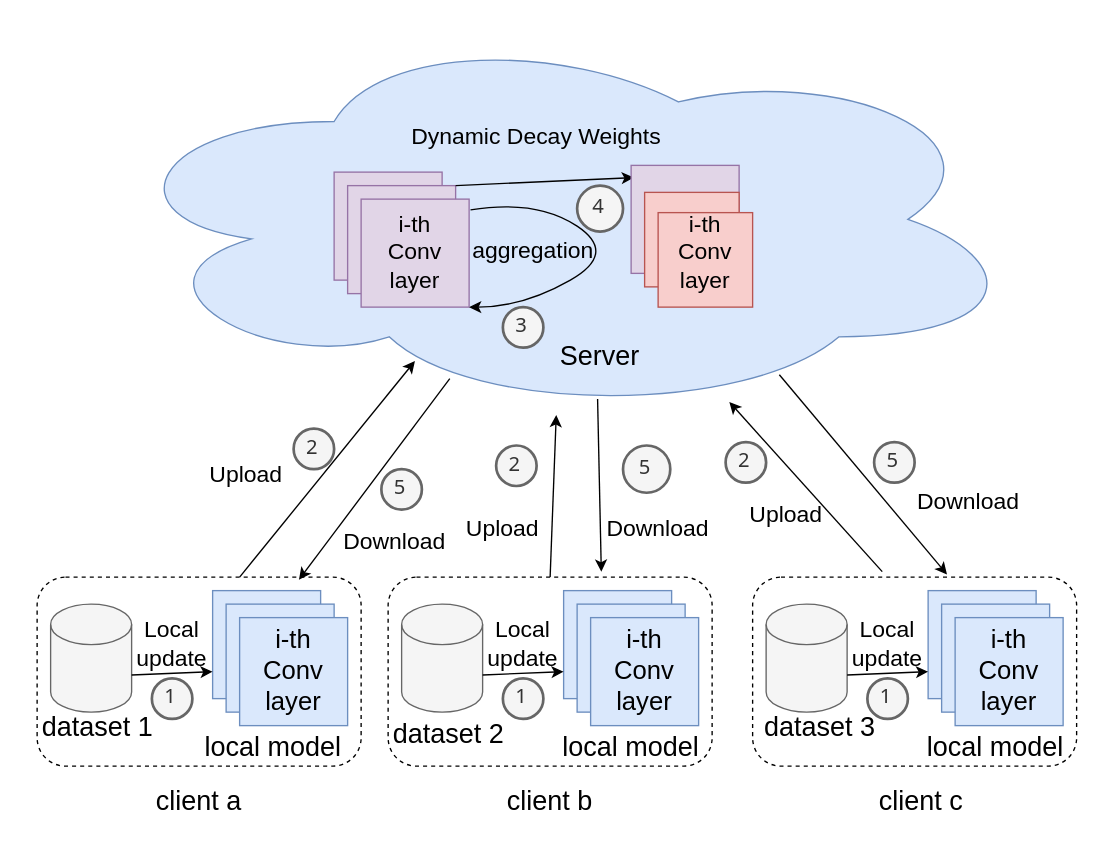
Earlier version of the draw.io diagram page "Page-1" (1 of 3) of .github/Untitled Diagram.drawio (2235425067/ExpressLRS). Source tidied: cells renumbered, new cells numbered last; positions are measured from the earlier drawing's top-left corner, leaving out a move shared by most shapes. Both pictures are drawn from the tidied source at 135%, with x=0, y=0 at pixel (23, 23).
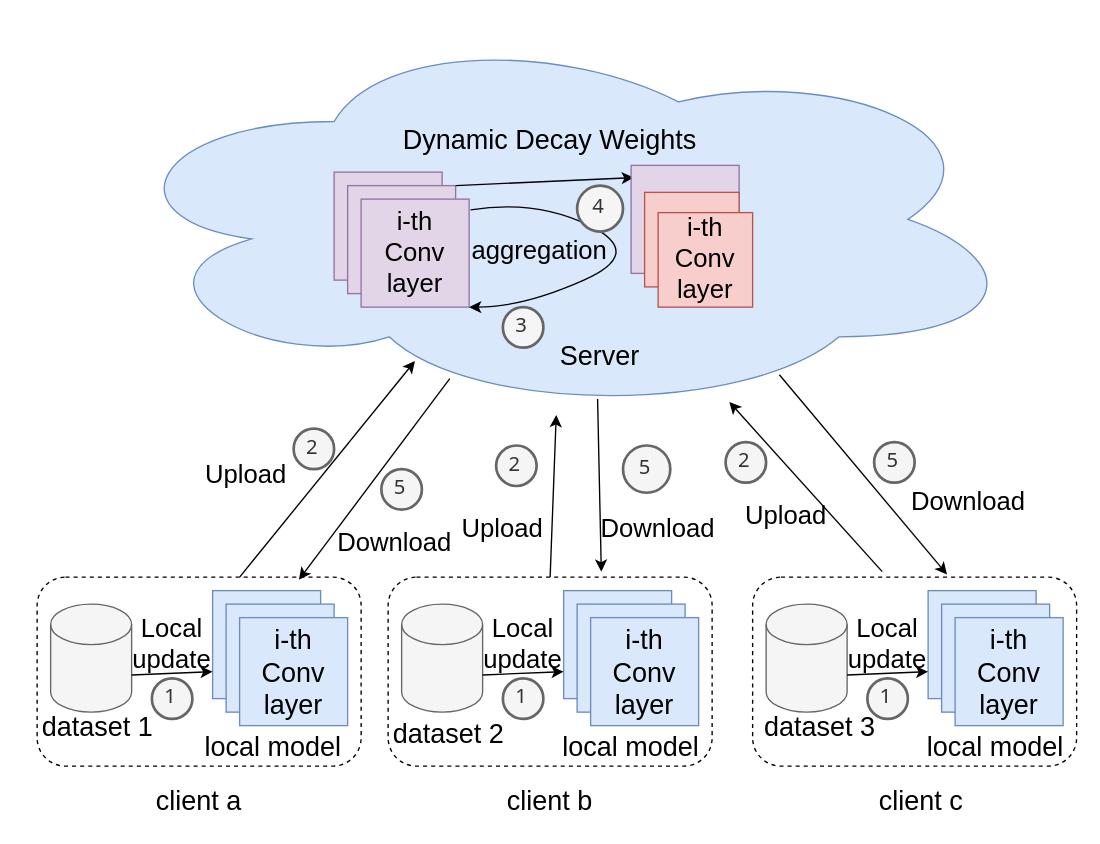
The same page after the edit.

Unchanged cells that the change refers to:
```xml
<mxCell id="41" style="whiteSpace=wrap;html=1;fillColor=#e1d5e7;strokeColor=#9673a6;" parent="1" vertex="1">
  <mxGeometry x="250" y="130" width="80" height="80" as="geometry" />
</mxCell>
```

Change to the diagram source:
```diff
@@
-    <mxCell id="10" value="&lt;font style=&quot;font-size: 19px;&quot;&gt;i-th &lt;br&gt;Conv layer&lt;/font&gt;" style="text;html=1;strokeColor=none;fillColor=none;align=center;verticalAlign=middle;whiteSpace=wrap;rounded=0;fontSize=12;" parent="1" vertex="1">
+    <mxCell id="10" value="&lt;font style=&quot;font-size: 20px;&quot;&gt;i-th &lt;br&gt;Conv layer&lt;/font&gt;" style="text;html=1;strokeColor=none;fillColor=none;align=center;verticalAlign=middle;whiteSpace=wrap;rounded=0;fontSize=12;" parent="1" vertex="1">
       <mxGeometry x="170" y="465" width="60" height="30" as="geometry" />
     </mxCell>
@@
-    <mxCell id="15" value="&lt;font style=&quot;font-size: 17px;&quot;&gt;Local update&lt;/font&gt;" style="text;html=1;strokeColor=none;fillColor=none;align=center;verticalAlign=middle;whiteSpace=wrap;rounded=0;fontSize=12;" parent="1" vertex="1">
+    <mxCell id="15" value="&lt;font style=&quot;font-size: 19px;&quot;&gt;Local update&lt;/font&gt;" style="text;html=1;strokeColor=none;fillColor=none;align=center;verticalAlign=middle;whiteSpace=wrap;rounded=0;fontSize=12;" parent="1" vertex="1">
       <mxGeometry x="80" y="445" width="60" height="30" as="geometry" />
     </mxCell>
@@
-    <mxCell id="22" value="&lt;font style=&quot;font-size: 19px;&quot;&gt;i-th &lt;br&gt;Conv layer&lt;/font&gt;" style="text;html=1;strokeColor=none;fillColor=none;align=center;verticalAlign=middle;whiteSpace=wrap;rounded=0;fontSize=12;" parent="1" vertex="1">
+    <mxCell id="22" value="&lt;font style=&quot;font-size: 20px;&quot;&gt;i-th &lt;br&gt;Conv layer&lt;/font&gt;" style="text;html=1;strokeColor=none;fillColor=none;align=center;verticalAlign=middle;whiteSpace=wrap;rounded=0;fontSize=12;" parent="1" vertex="1">
       <mxGeometry x="430" y="465" width="60" height="30" as="geometry" />
     </mxCell>
@@
-    <mxCell id="25" value="&lt;font style=&quot;font-size: 17px;&quot;&gt;Local update&lt;/font&gt;" style="text;html=1;strokeColor=none;fillColor=none;align=center;verticalAlign=middle;whiteSpace=wrap;rounded=0;fontSize=12;" parent="1" vertex="1">
+    <mxCell id="25" value="&lt;font style=&quot;font-size: 19px;&quot;&gt;Local update&lt;/font&gt;" style="text;html=1;strokeColor=none;fillColor=none;align=center;verticalAlign=middle;whiteSpace=wrap;rounded=0;fontSize=12;" parent="1" vertex="1">
       <mxGeometry x="340" y="445" width="60" height="30" as="geometry" />
     </mxCell>
@@
-    <mxCell id="32" value="&lt;font style=&quot;font-size: 19px;&quot;&gt;i-th &lt;br&gt;Conv layer&lt;/font&gt;" style="text;html=1;strokeColor=none;fillColor=none;align=center;verticalAlign=middle;whiteSpace=wrap;rounded=0;fontSize=12;" parent="1" vertex="1">
+    <mxCell id="32" value="&lt;font style=&quot;font-size: 20px;&quot;&gt;i-th &lt;br&gt;Conv layer&lt;/font&gt;" style="text;html=1;strokeColor=none;fillColor=none;align=center;verticalAlign=middle;whiteSpace=wrap;rounded=0;fontSize=12;" parent="1" vertex="1">
       <mxGeometry x="700" y="465" width="60" height="30" as="geometry" />
     </mxCell>
@@
-    <mxCell id="35" value="&lt;font style=&quot;font-size: 17px;&quot;&gt;Local update&lt;/font&gt;" style="text;html=1;strokeColor=none;fillColor=none;align=center;verticalAlign=middle;whiteSpace=wrap;rounded=0;fontSize=12;" parent="1" vertex="1">
+    <mxCell id="35" value="&lt;font style=&quot;font-size: 19px;&quot;&gt;Local update&lt;/font&gt;" style="text;html=1;strokeColor=none;fillColor=none;align=center;verticalAlign=middle;whiteSpace=wrap;rounded=0;fontSize=12;" parent="1" vertex="1">
       <mxGeometry x="610" y="445" width="60" height="30" as="geometry" />
     </mxCell>
@@
-    <mxCell id="42" value="&lt;font style=&quot;font-size: 17px;&quot;&gt;i-th &lt;br&gt;Conv layer&lt;/font&gt;" style="text;html=1;strokeColor=none;fillColor=none;align=center;verticalAlign=middle;whiteSpace=wrap;rounded=0;fontSize=12;" parent="1" vertex="1">
+    <mxCell id="42" value="&lt;font style=&quot;font-size: 19px;&quot;&gt;i-th &lt;br&gt;Conv layer&lt;/font&gt;" style="text;html=1;strokeColor=none;fillColor=none;align=center;verticalAlign=middle;whiteSpace=wrap;rounded=0;fontSize=12;" parent="1" vertex="1">
       <mxGeometry x="260" y="155" width="60" height="30" as="geometry" />
     </mxCell>
     <mxCell id="43" style="curved=1;endArrow=classic;html=1;rounded=0;fontSize=12;exitX=1.013;exitY=0.1;exitDx=0;exitDy=0;exitPerimeter=0;entryX=1;entryY=1;entryDx=0;entryDy=0;" parent="1" edge="1" source="41" target="41">
       <mxGeometry relative="1" as="geometry">
         <Array as="points">
           <mxPoint x="380" y="130" />
-          <mxPoint x="440" y="170" />
+          <mxPoint x="460" y="170" />
           <mxPoint x="370" y="210" />
         </Array>
       </mxGeometry>
     </mxCell>
@@
-    <mxCell id="48" value="&lt;font style=&quot;font-size: 17px;&quot;&gt;i-th &lt;br&gt;Conv layer&lt;/font&gt;" style="text;html=1;strokeColor=none;fillColor=none;align=center;verticalAlign=middle;whiteSpace=wrap;rounded=0;fontSize=12;" parent="1" vertex="1">
-      <mxGeometry x="475" y="155" width="60" height="30" as="geometry" />
+    <mxCell id="48" value="&lt;font style=&quot;font-size: 19px;&quot;&gt;i-th &lt;br&gt;Conv layer&lt;/font&gt;" style="text;html=1;strokeColor=none;fillColor=none;align=center;verticalAlign=middle;whiteSpace=wrap;rounded=0;fontSize=12;" parent="1" vertex="1">
+      <mxGeometry x="475" y="160" width="60" height="30" as="geometry" />
     </mxCell>
@@
-    <mxCell id="52" value="&lt;font style=&quot;font-size: 17px;&quot;&gt;Dynamic Decay Weights&lt;/font&gt;" style="text;html=1;strokeColor=none;fillColor=none;align=center;verticalAlign=middle;whiteSpace=wrap;rounded=0;fontSize=12;" parent="1" vertex="1">
-      <mxGeometry x="280" y="70" width="200" height="30" as="geometry" />
+    <mxCell id="52" value="&lt;font style=&quot;font-size: 20px;&quot;&gt;Dynamic Decay Weights&lt;/font&gt;" style="text;html=1;strokeColor=none;fillColor=none;align=center;verticalAlign=middle;whiteSpace=wrap;rounded=0;fontSize=12;" parent="1" vertex="1">
+      <mxGeometry x="280" y="70" width="220" height="30" as="geometry" />
     </mxCell>
-    <mxCell id="53" value="&lt;font style=&quot;font-size: 17px;&quot;&gt;aggregation&amp;nbsp;&lt;/font&gt;" style="text;html=1;strokeColor=none;fillColor=none;align=center;verticalAlign=middle;whiteSpace=wrap;rounded=0;fontSize=12;" parent="1" vertex="1">
-      <mxGeometry x="350" y="154" width="60" height="30" as="geometry" />
+    <mxCell id="53" value="&lt;font style=&quot;font-size: 19px;&quot;&gt;aggregation&amp;nbsp;&lt;/font&gt;" style="text;html=1;strokeColor=none;fillColor=none;align=center;verticalAlign=middle;whiteSpace=wrap;rounded=0;fontSize=12;" parent="1" vertex="1">
+      <mxGeometry x="355" y="154" width="60" height="30" as="geometry" />
     </mxCell>
-    <mxCell id="54" value="&lt;font style=&quot;font-size: 17px;&quot;&gt;Upload&lt;/font&gt;" style="text;html=1;strokeColor=none;fillColor=none;align=center;verticalAlign=middle;whiteSpace=wrap;rounded=0;fontSize=12;" parent="1" vertex="1">
+    <mxCell id="54" value="&lt;font style=&quot;font-size: 19px;&quot;&gt;Upload&lt;/font&gt;" style="text;html=1;strokeColor=none;fillColor=none;align=center;verticalAlign=middle;whiteSpace=wrap;rounded=0;fontSize=12;" parent="1" vertex="1">
       <mxGeometry x="120" y="320" width="90" height="30" as="geometry" />
     </mxCell>
-    <mxCell id="55" value="&lt;font style=&quot;font-size: 17px;&quot;&gt;Download&lt;/font&gt;" style="text;html=1;strokeColor=none;fillColor=none;align=center;verticalAlign=middle;whiteSpace=wrap;rounded=0;fontSize=12;" parent="1" vertex="1">
+    <mxCell id="55" value="&lt;font style=&quot;font-size: 19px;&quot;&gt;Download&lt;/font&gt;" style="text;html=1;strokeColor=none;fillColor=none;align=center;verticalAlign=middle;whiteSpace=wrap;rounded=0;fontSize=12;" parent="1" vertex="1">
       <mxGeometry x="440" y="360" width="60" height="30" as="geometry" />
     </mxCell>
@@
-    <mxCell id="68" value="&lt;font style=&quot;font-size: 17px;&quot;&gt;Upload&lt;/font&gt;" style="text;html=1;strokeColor=none;fillColor=none;align=center;verticalAlign=middle;whiteSpace=wrap;rounded=0;fontSize=12;" parent="1" vertex="1">
+    <mxCell id="68" value="&lt;font style=&quot;font-size: 19px;&quot;&gt;Upload&lt;/font&gt;" style="text;html=1;strokeColor=none;fillColor=none;align=center;verticalAlign=middle;whiteSpace=wrap;rounded=0;fontSize=12;" parent="1" vertex="1">
       <mxGeometry x="310" y="360" width="90" height="30" as="geometry" />
     </mxCell>
-    <mxCell id="69" value="&lt;font style=&quot;font-size: 17px;&quot;&gt;Upload&lt;/font&gt;" style="text;html=1;strokeColor=none;fillColor=none;align=center;verticalAlign=middle;whiteSpace=wrap;rounded=0;fontSize=12;" parent="1" vertex="1">
+    <mxCell id="69" value="&lt;font style=&quot;font-size: 19px;&quot;&gt;Upload&lt;/font&gt;" style="text;html=1;strokeColor=none;fillColor=none;align=center;verticalAlign=middle;whiteSpace=wrap;rounded=0;fontSize=12;" parent="1" vertex="1">
       <mxGeometry x="520" y="350" width="90" height="30" as="geometry" />
     </mxCell>
-    <mxCell id="70" value="&lt;font style=&quot;font-size: 17px;&quot;&gt;Download&lt;/font&gt;" style="text;html=1;strokeColor=none;fillColor=none;align=center;verticalAlign=middle;whiteSpace=wrap;rounded=0;fontSize=12;" parent="1" vertex="1">
+    <mxCell id="70" value="&lt;font style=&quot;font-size: 19px;&quot;&gt;Download&lt;/font&gt;" style="text;html=1;strokeColor=none;fillColor=none;align=center;verticalAlign=middle;whiteSpace=wrap;rounded=0;fontSize=12;" parent="1" vertex="1">
       <mxGeometry x="245" y="370" width="60" height="30" as="geometry" />
     </mxCell>
-    <mxCell id="71" value="&lt;font style=&quot;font-size: 17px;&quot;&gt;Download&lt;/font&gt;" style="text;html=1;strokeColor=none;fillColor=none;align=center;verticalAlign=middle;whiteSpace=wrap;rounded=0;fontSize=12;" parent="1" vertex="1">
+    <mxCell id="71" value="&lt;font style=&quot;font-size: 19px;&quot;&gt;Download&lt;/font&gt;" style="text;html=1;strokeColor=none;fillColor=none;align=center;verticalAlign=middle;whiteSpace=wrap;rounded=0;fontSize=12;" parent="1" vertex="1">
       <mxGeometry x="670" y="340" width="60" height="30" as="geometry" />
     </mxCell>
```
